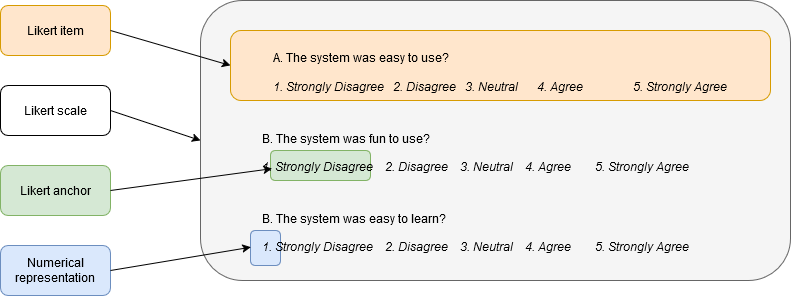
This is definition/images/likert_scale/Likert_scale.png from cristianlepore/Self-Sovereign-Identity, a draw.io export, as it was before one commit. Source tidied: cells renumbered, new cells last; positions are measured from the earlier drawing's top-left corner, leaving out a move shared by most shapes.
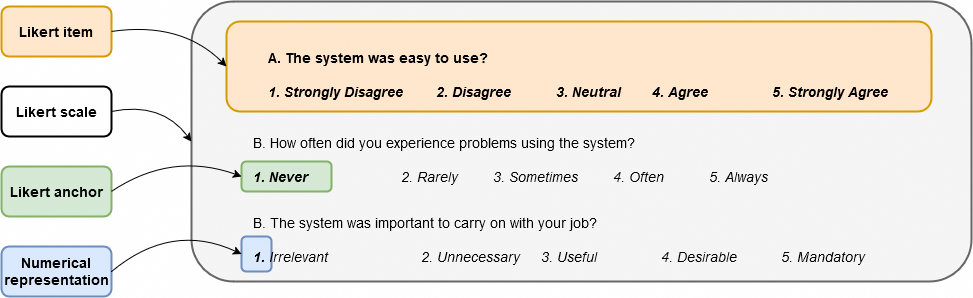
After the commit.

Change to the diagram source:
```diff
@@ -2,47 +2,63 @@
   <root>
     <mxCell id="0" />
     <mxCell id="1" parent="0" />
-    <mxCell id="2" style="rounded=1;whiteSpace=wrap;html=1;fillColor=#f5f5f5;fontColor=#333333;strokeColor=#666666;" parent="1" vertex="1">
-      <mxGeometry x="200" width="590" height="280" as="geometry" />
-    </mxCell>
-    <mxCell id="3" style="rounded=1;whiteSpace=wrap;html=1;fillColor=#d5e8d4;strokeColor=#82b366;" parent="1" vertex="1">
-      <mxGeometry x="270" y="150" width="100" height="30" as="geometry" />
-    </mxCell>
+    <mxCell id="16" style="rounded=1;whiteSpace=wrap;html=1;fillColor=#f5f5f5;fontColor=#333333;strokeColor=#666666;strokeWidth=2;" parent="1" vertex="1">
+      <mxGeometry x="190" width="780" height="280" as="geometry" />
+    </mxCell>
+    <mxCell id="17" style="rounded=1;whiteSpace=wrap;html=1;fillColor=#d5e8d4;strokeColor=#82b366;strokeWidth=2;" parent="1" vertex="1">
+      <mxGeometry x="240" y="160" width="90" height="30" as="geometry" />
+    </mxCell>
+    <mxCell id="18" value="&lt;div align=&quot;left&quot;&gt;&lt;font style=&quot;font-size: 14px;&quot;&gt;&lt;br&gt;&lt;/font&gt;&lt;/div&gt;&lt;div align=&quot;left&quot;&gt;&lt;font style=&quot;font-size: 14px;&quot;&gt;B. How often did you experience problems using the system?&lt;br&gt;&lt;/font&gt;&lt;/div&gt;&lt;div align=&quot;left&quot;&gt;&lt;font style=&quot;font-size: 14px;&quot;&gt;&lt;br&gt;&lt;/font&gt;&lt;/div&gt;&lt;div&gt;&lt;font style=&quot;font-size: 14px;&quot;&gt;&lt;i&gt;&lt;b&gt;1. Never&lt;span style=&quot;white-space: pre;&quot;&gt;&#9;&lt;/span&gt;&lt;span style=&quot;white-space: pre;&quot;&gt;&#9;&lt;/span&gt;&lt;span style=&quot;white-space: pre;&quot;&gt;&#9;&lt;/span&gt;&amp;nbsp;&amp;nbsp;&amp;nbsp;&amp;nbsp;&amp;nbsp;&amp;nbsp; &lt;/b&gt;2. Rarely &lt;span style=&quot;white-space: pre;&quot;&gt;&#9;&lt;/span&gt;&lt;span style=&quot;white-space: pre;&quot;&gt;&#9;&lt;/span&gt;3. Sometimes&lt;span style=&quot;white-space: pre;&quot;&gt;&#9;&lt;/span&gt;&lt;span style=&quot;white-space: pre;&quot;&gt;&#9;&lt;/span&gt;4. Often&lt;span style=&quot;white-space: pre;&quot;&gt;&#9;&lt;/span&gt;&lt;span style=&quot;white-space: pre;&quot;&gt;&#9;&lt;/span&gt;5. Always&lt;/i&gt;&lt;br&gt;&lt;/font&gt;&lt;/div&gt;" style="text;whiteSpace=wrap;html=1;" parent="1" vertex="1">
+      <mxGeometry x="250" y="110" width="670" height="80" as="geometry" />
+    </mxCell>
-    <mxCell id="4" value="&lt;div&gt;&lt;br&gt;&lt;/div&gt;&lt;div align=&quot;left&quot;&gt;A. The system was easy to use?&lt;/div&gt;&lt;div align=&quot;left&quot;&gt;&lt;br&gt;&lt;/div&gt;&lt;div&gt;&lt;i&gt;1. Strongly Disagree&lt;span style=&quot;white-space: pre;&quot;&gt;&#9;&lt;/span&gt;2. Disagree&lt;span style=&quot;white-space: pre;&quot;&gt;&#9;&lt;/span&gt;3. Neutral&lt;span style=&quot;white-space: pre;&quot;&gt;&#9;&lt;/span&gt;4. Agree&lt;span style=&quot;white-space: pre;&quot;&gt;&#9;&lt;/span&gt;&lt;span style=&quot;white-space: pre;&quot;&gt;&#9;&lt;/span&gt;5. Strongly Agree&lt;/i&gt;&lt;br&gt;&lt;/div&gt;" style="rounded=1;whiteSpace=wrap;html=1;fillColor=#ffe6cc;strokeColor=#d79b00;" parent="1" vertex="1">
-      <mxGeometry x="230" y="30" width="540" height="70" as="geometry" />
+    <mxCell id="4" value="&lt;div&gt;&lt;font style=&quot;font-size: 14px;&quot;&gt;&lt;b&gt;&lt;br&gt;&lt;/b&gt;&lt;/font&gt;&lt;/div&gt;&lt;div align=&quot;left&quot;&gt;&lt;font style=&quot;font-size: 14px;&quot;&gt;&lt;b&gt;A. The system was easy to use?&lt;/b&gt;&lt;/font&gt;&lt;/div&gt;&lt;div align=&quot;left&quot;&gt;&lt;font style=&quot;font-size: 14px;&quot;&gt;&lt;b&gt;&lt;br&gt;&lt;/b&gt;&lt;/font&gt;&lt;/div&gt;&lt;div&gt;&lt;font style=&quot;font-size: 14px;&quot;&gt;&lt;b&gt;&lt;i&gt;1. Strongly Disagree&lt;span style=&quot;white-space: pre;&quot;&gt;&#9;&lt;/span&gt;&lt;span style=&quot;white-space: pre;&quot;&gt;&#9;&lt;/span&gt;2. Disagree&lt;span style=&quot;white-space: pre;&quot;&gt;&#9;&lt;/span&gt;&lt;span style=&quot;white-space: pre;&quot;&gt;&#9;&lt;/span&gt;3. Neutral&lt;span style=&quot;white-space: pre;&quot;&gt;&#9;&lt;/span&gt;&lt;span style=&quot;white-space: pre;&quot;&gt;&#9;&lt;/span&gt;4. Agree&lt;span style=&quot;white-space: pre;&quot;&gt;&#9;&lt;/span&gt;&lt;span style=&quot;white-space: pre;&quot;&gt;&#9;&lt;/span&gt;&lt;span style=&quot;white-space: pre;&quot;&gt;&#9;&lt;/span&gt;5. Strongly Agree&lt;/i&gt;&lt;br&gt;&lt;/b&gt;&lt;/font&gt;&lt;/div&gt;" style="rounded=1;whiteSpace=wrap;html=1;fillColor=#ffe6cc;strokeColor=#d79b00;strokeWidth=2;" parent="1" vertex="1">
+      <mxGeometry x="225" y="20" width="705" height="90" as="geometry" />
     </mxCell>
-    <mxCell id="5" value="&lt;div align=&quot;left&quot;&gt;&lt;br&gt;&lt;/div&gt;&lt;div align=&quot;left&quot;&gt;B. The system was fun to use?&lt;/div&gt;&lt;div align=&quot;left&quot;&gt;&lt;br&gt;&lt;/div&gt;&lt;div&gt;&lt;i&gt;1. Strongly Disagree&lt;span style=&quot;white-space: pre;&quot;&gt;&lt;span style=&quot;white-space: pre;&quot;&gt;&amp;nbsp;&amp;nbsp;&amp;nbsp;&amp;nbsp;&lt;/span&gt;&lt;/span&gt;2. Disagree&lt;span style=&quot;white-space: pre;&quot;&gt;&lt;span style=&quot;white-space: pre;&quot;&gt;&amp;nbsp;&amp;nbsp;&amp;nbsp;&amp;nbsp;&lt;/span&gt;&lt;/span&gt;3. Neutral&lt;span style=&quot;white-space: pre;&quot;&gt;&lt;span style=&quot;white-space: pre;&quot;&gt;&amp;nbsp;&amp;nbsp;&amp;nbsp;&amp;nbsp;&lt;/span&gt;&lt;/span&gt;4. Agree&lt;span style=&quot;white-space: pre;&quot;&gt;&lt;span style=&quot;white-space: pre;&quot;&gt;&amp;nbsp;&amp;nbsp;&amp;nbsp;&amp;nbsp;&lt;/span&gt;&lt;/span&gt;&lt;span style=&quot;white-space: pre;&quot;&gt;&lt;span style=&quot;white-space: pre;&quot;&gt;&amp;nbsp;&amp;nbsp;&amp;nbsp;&amp;nbsp;&lt;/span&gt;&lt;/span&gt;5. Strongly Agree&lt;/i&gt;&lt;br&gt;&lt;/div&gt;" style="text;whiteSpace=wrap;html=1;" parent="1" vertex="1">
-      <mxGeometry x="260" y="110" width="460" height="80" as="geometry" />
-    </mxCell>
-    <mxCell id="6" style="rounded=1;whiteSpace=wrap;html=1;fillColor=#dae8fc;strokeColor=#6c8ebf;" parent="1" vertex="1">
-      <mxGeometry x="250" y="230" width="30" height="35" as="geometry" />
-    </mxCell>
-    <mxCell id="7" value="&lt;div align=&quot;left&quot;&gt;&lt;br&gt;&lt;/div&gt;&lt;div align=&quot;left&quot;&gt;B. The system was easy to learn?&lt;/div&gt;&lt;div align=&quot;left&quot;&gt;&lt;br&gt;&lt;/div&gt;&lt;div&gt;&lt;i&gt;1. Strongly Disagree&lt;span style=&quot;white-space: pre;&quot;&gt;&lt;span style=&quot;white-space: pre;&quot;&gt;&amp;nbsp;&amp;nbsp;&amp;nbsp;&amp;nbsp;&lt;/span&gt;&lt;/span&gt;2. Disagree&lt;span style=&quot;white-space: pre;&quot;&gt;&lt;span style=&quot;white-space: pre;&quot;&gt;&amp;nbsp;&amp;nbsp;&amp;nbsp;&amp;nbsp;&lt;/span&gt;&lt;/span&gt;3. Neutral&lt;span style=&quot;white-space: pre;&quot;&gt;&lt;span style=&quot;white-space: pre;&quot;&gt;&amp;nbsp;&amp;nbsp;&amp;nbsp;&amp;nbsp;&lt;/span&gt;&lt;/span&gt;4. Agree&lt;span style=&quot;white-space: pre;&quot;&gt;&lt;span style=&quot;white-space: pre;&quot;&gt;&amp;nbsp;&amp;nbsp;&amp;nbsp;&amp;nbsp;&lt;/span&gt;&lt;/span&gt;&lt;span style=&quot;white-space: pre;&quot;&gt;&lt;span style=&quot;white-space: pre;&quot;&gt;&amp;nbsp;&amp;nbsp;&amp;nbsp;&amp;nbsp;&lt;/span&gt;&lt;/span&gt;5. Strongly Agree&lt;/i&gt;&lt;br&gt;&lt;/div&gt;" style="text;whiteSpace=wrap;html=1;" parent="1" vertex="1">
-      <mxGeometry x="260" y="190" width="460" height="80" as="geometry" />
-    </mxCell>
+    <mxCell id="19" style="rounded=1;whiteSpace=wrap;html=1;fillColor=#dae8fc;strokeColor=#6c8ebf;strokeWidth=2;" parent="1" vertex="1">
+      <mxGeometry x="240" y="235" width="30" height="35" as="geometry" />
+    </mxCell>
+    <mxCell id="20" value="&lt;div align=&quot;left&quot;&gt;&lt;font style=&quot;font-size: 14px;&quot;&gt;&lt;br&gt;&lt;/font&gt;&lt;/div&gt;&lt;div align=&quot;left&quot;&gt;&lt;font style=&quot;font-size: 14px;&quot;&gt;B. The system was important to carry on with your job?&lt;/font&gt;&lt;/div&gt;&lt;div align=&quot;left&quot;&gt;&lt;font style=&quot;font-size: 14px;&quot;&gt;&lt;br&gt;&lt;/font&gt;&lt;/div&gt;&lt;div&gt;&lt;font style=&quot;font-size: 14px;&quot;&gt;&lt;i&gt;&lt;b&gt;1.&lt;/b&gt; Irrelevant&lt;span style=&quot;white-space: pre;&quot;&gt;&#9;&lt;/span&gt;&lt;span style=&quot;white-space: pre;&quot;&gt;&#9;&lt;/span&gt;&lt;span style=&quot;white-space: pre;&quot;&gt;&#9;&lt;/span&gt;&lt;span style=&quot;white-space: pre;&quot;&gt;&#9;&lt;/span&gt;2. Unnecessary&lt;span style=&quot;white-space: pre;&quot;&gt;&#9;&lt;/span&gt;3. Useful&lt;span style=&quot;white-space: pre;&quot;&gt;&#9;&lt;/span&gt;&lt;span style=&quot;white-space: pre;&quot;&gt;&#9;&lt;/span&gt;&lt;span style=&quot;white-space: pre;&quot;&gt;&#9;&lt;/span&gt;4. Desirable&lt;span style=&quot;white-space: pre;&quot;&gt;&#9;&lt;/span&gt;&lt;span style=&quot;white-space: pre;&quot;&gt;&#9;&lt;/span&gt;5. Mandatory&lt;/i&gt;&lt;br&gt;&lt;/font&gt;&lt;/div&gt;" style="text;whiteSpace=wrap;html=1;" parent="1" vertex="1">
+      <mxGeometry x="250" y="190" width="680" height="80" as="geometry" />
+    </mxCell>
-    <mxCell id="8" value="Likert item" style="rounded=1;whiteSpace=wrap;html=1;fillColor=#ffe6cc;strokeColor=#d79b00;" parent="1" vertex="1">
+    <mxCell id="8" value="&lt;b&gt;&lt;font style=&quot;font-size: 14px;&quot;&gt;Likert item&lt;/font&gt;&lt;/b&gt;" style="rounded=1;whiteSpace=wrap;html=1;fillColor=#ffe6cc;strokeColor=#d79b00;strokeWidth=2;" parent="1" vertex="1">
       <mxGeometry y="5" width="110" height="50" as="geometry" />
     </mxCell>
-    <mxCell id="9" value="Likert scale" style="rounded=1;whiteSpace=wrap;html=1;" parent="1" vertex="1">
+    <mxCell id="9" value="&lt;font style=&quot;font-size: 14px;&quot;&gt;&lt;b&gt;Likert scale&lt;/b&gt;&lt;/font&gt;" style="rounded=1;whiteSpace=wrap;html=1;strokeWidth=2;" parent="1" vertex="1">
       <mxGeometry y="85" width="110" height="50" as="geometry" />
     </mxCell>
-    <mxCell id="10" value="Likert anchor" style="rounded=1;whiteSpace=wrap;html=1;fillColor=#d5e8d4;strokeColor=#82b366;" parent="1" vertex="1">
+    <mxCell id="10" value="&lt;font style=&quot;font-size: 14px;&quot;&gt;&lt;b&gt;Likert anchor&lt;/b&gt;&lt;/font&gt;" style="rounded=1;whiteSpace=wrap;html=1;fillColor=#d5e8d4;strokeColor=#82b366;strokeWidth=2;" parent="1" vertex="1">
       <mxGeometry y="165" width="110" height="50" as="geometry" />
     </mxCell>
-    <mxCell id="11" value="Numerical representation" style="rounded=1;whiteSpace=wrap;html=1;fillColor=#dae8fc;strokeColor=#6c8ebf;" parent="1" vertex="1">
+    <mxCell id="11" value="&lt;font style=&quot;font-size: 14px;&quot;&gt;&lt;b&gt;Numerical representation&lt;/b&gt;&lt;/font&gt;" style="rounded=1;whiteSpace=wrap;html=1;fillColor=#dae8fc;strokeColor=#6c8ebf;strokeWidth=2;" parent="1" vertex="1">
       <mxGeometry y="245" width="110" height="50" as="geometry" />
     </mxCell>
-    <mxCell id="12" style="endArrow=classic;html=1;rounded=0;exitX=1;exitY=0.5;exitDx=0;exitDy=0;entryX=0;entryY=0.5;entryDx=0;entryDy=0;" parent="1" edge="1" source="8" target="4">
-      <mxGeometry relative="1" as="geometry" />
+    <mxCell id="12" style="endArrow=classic;html=1;rounded=0;exitX=1;exitY=0.5;exitDx=0;exitDy=0;entryX=0;entryY=0.5;entryDx=0;entryDy=0;curved=1;" parent="1" edge="1" source="8" target="4">
+      <mxGeometry relative="1" as="geometry">
+        <Array as="points">
+          <mxPoint x="180" y="20" />
+        </Array>
+      </mxGeometry>
     </mxCell>
-    <mxCell id="13" style="endArrow=classic;html=1;rounded=0;exitX=1;exitY=0.5;exitDx=0;exitDy=0;entryX=0;entryY=0.5;entryDx=0;entryDy=0;" parent="1" edge="1" source="9" target="2">
-      <mxGeometry relative="1" as="geometry" />
-    </mxCell>
-    <mxCell id="14" style="endArrow=classic;html=1;rounded=0;exitX=1;exitY=0.5;exitDx=0;exitDy=0;entryX=0.025;entryY=0.727;entryDx=0;entryDy=0;entryPerimeter=0;" parent="1" edge="1" source="10" target="5">
-      <mxGeometry relative="1" as="geometry" />
-    </mxCell>
-    <mxCell id="15" style="endArrow=classic;html=1;rounded=0;exitX=1;exitY=0.5;exitDx=0;exitDy=0;entryX=-0.021;entryY=0.709;entryDx=0;entryDy=0;entryPerimeter=0;" parent="1" edge="1" source="11" target="7">
-      <mxGeometry relative="1" as="geometry" />
-    </mxCell>
+    <mxCell id="21" style="endArrow=classic;html=1;rounded=0;exitX=1;exitY=0.5;exitDx=0;exitDy=0;entryX=0;entryY=0.5;entryDx=0;entryDy=0;curved=1;" parent="1" edge="1" source="9" target="16">
+      <mxGeometry relative="1" as="geometry">
+        <Array as="points">
+          <mxPoint x="160" y="100" />
+        </Array>
+      </mxGeometry>
+    </mxCell>
+    <mxCell id="22" style="endArrow=classic;html=1;rounded=0;exitX=1;exitY=0.5;exitDx=0;exitDy=0;curved=1;entryX=0;entryY=0.5;entryDx=0;entryDy=0;" parent="1" edge="1" source="10" target="17">
+      <mxGeometry relative="1" as="geometry">
+        <Array as="points">
+          <mxPoint x="170" y="150" />
+        </Array>
+      </mxGeometry>
+    </mxCell>
+    <mxCell id="23" style="endArrow=classic;html=1;rounded=0;exitX=1;exitY=0.5;exitDx=0;exitDy=0;entryX=0;entryY=0.5;entryDx=0;entryDy=0;curved=1;" parent="1" edge="1" source="11" target="19">
+      <mxGeometry relative="1" as="geometry">
+        <Array as="points">
+          <mxPoint x="170" y="220" />
+        </Array>
+      </mxGeometry>
+    </mxCell>
   </root>
 </mxGraphModel>
```
